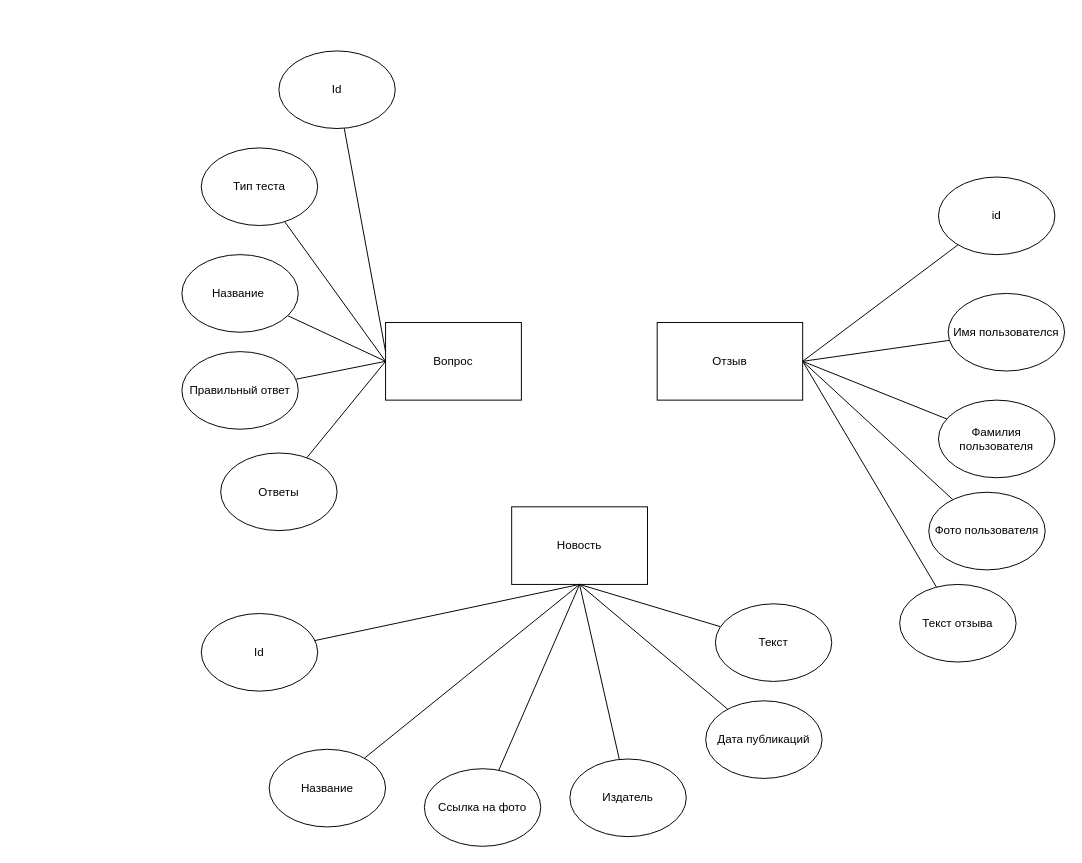
This is erd chen.drawio from r0ge9/Childrens-law-website, a draw.io file, before an edit. Source tidied: cells renumbered, new cells numbered last; positions are measured from the earlier drawing's top-left corner, leaving out a move shared by most shapes. Both pictures are drawn from the tidied source at 97%, with x=0, y=0 at pixel (181, 50).
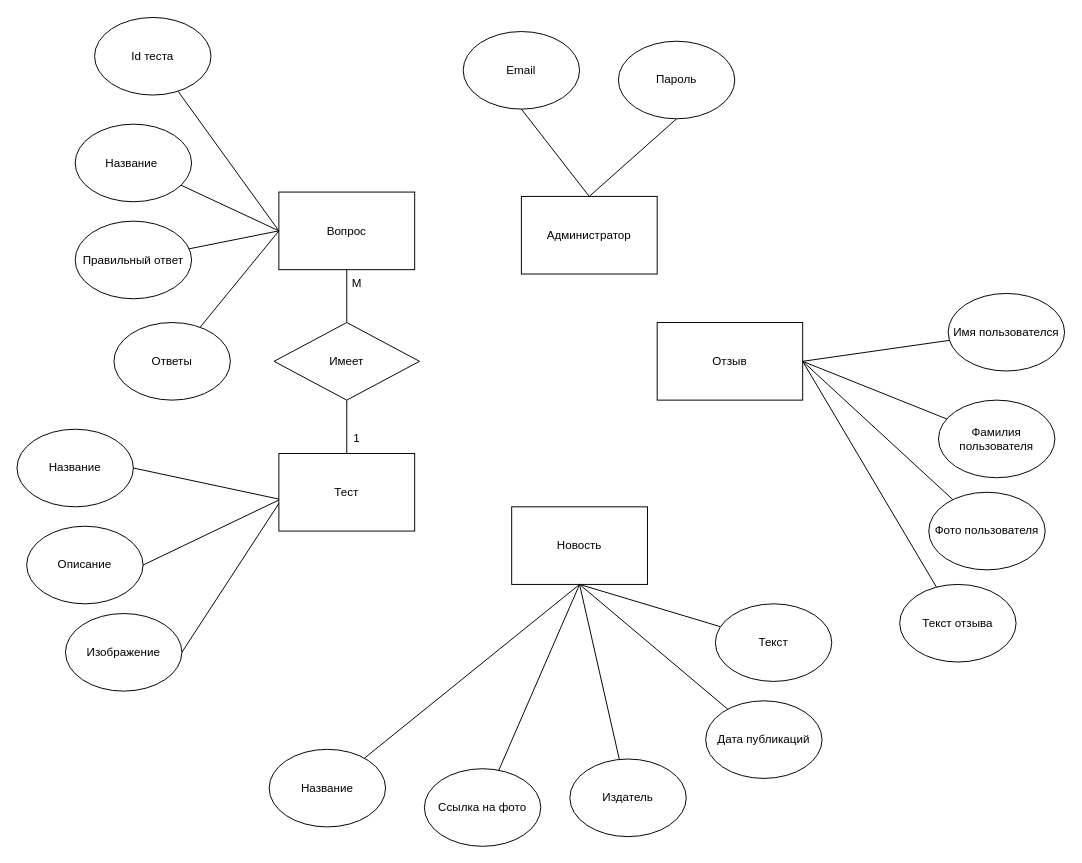
Above is the later version.

Unchanged cells that the change refers to:
```xml
<mxCell id="27" value="Новость" style="rounded=0;whiteSpace=wrap;html=1;" parent="1" vertex="1">
  <mxGeometry x="340" y="470" width="140" height="80" as="geometry" />
</mxCell>
```

Diff of the diagram source:
```diff
@@
-    <mxCell id="6" style="edgeStyle=none;rounded=0;jettySize=auto;html=1;strokeColor=default;endArrow=none;endFill=0;" parent="1" edge="1" source="7">
-      <mxGeometry relative="1" as="geometry">
-        <mxPoint x="640" y="320" as="targetPoint" />
-      </mxGeometry>
-    </mxCell>
-    <mxCell id="7" value="id" style="ellipse;whiteSpace=wrap;html=1;" parent="1" vertex="1">
-      <mxGeometry x="780" y="130" width="120" height="80" as="geometry" />
-    </mxCell>
@@
+    <mxCell id="40" style="edgeStyle=orthogonalEdgeStyle;rounded=0;jettySize=auto;html=1;entryX=0.5;entryY=0;entryDx=0;entryDy=0;endArrow=none;endFill=0;" parent="1" edge="1" source="16" target="54">
+      <mxGeometry relative="1" as="geometry" />
+    </mxCell>
     <mxCell id="16" value="Вопрос" style="rounded=0;whiteSpace=wrap;html=1;" parent="1" vertex="1">
-      <mxGeometry x="210" y="280" width="140" height="80" as="geometry" />
+      <mxGeometry x="100" y="145.5" width="140" height="80" as="geometry" />
     </mxCell>
-    <mxCell id="17" style="edgeStyle=none;rounded=0;jettySize=auto;html=1;strokeColor=default;endArrow=none;endFill=0;" parent="1" edge="1" source="18">
-      <mxGeometry relative="1" as="geometry">
-        <mxPoint x="210" y="310" as="targetPoint" />
-      </mxGeometry>
-    </mxCell>
-    <mxCell id="18" value="Id" style="ellipse;whiteSpace=wrap;html=1;" parent="1" vertex="1">
-      <mxGeometry x="100" width="120" height="80" as="geometry" />
-    </mxCell>
@@
-    <mxCell id="20" value="Тип теста" style="ellipse;whiteSpace=wrap;html=1;" parent="1" vertex="1">
-      <mxGeometry x="20" y="100" width="120" height="80" as="geometry" />
+    <mxCell id="20" value="Id теста" style="ellipse;whiteSpace=wrap;html=1;" parent="1" vertex="1">
+      <mxGeometry x="-90" y="-34.5" width="120" height="80" as="geometry" />
     </mxCell>
@@
     <mxCell id="22" value="Название&amp;nbsp;" style="ellipse;whiteSpace=wrap;html=1;" parent="1" vertex="1">
-      <mxGeometry y="210" width="120" height="80" as="geometry" />
+      <mxGeometry x="-110" y="75.5" width="120" height="80" as="geometry" />
     </mxCell>
@@
     <mxCell id="24" value="Правильный ответ" style="ellipse;whiteSpace=wrap;html=1;" parent="1" vertex="1">
-      <mxGeometry y="310" width="120" height="80" as="geometry" />
+      <mxGeometry x="-110" y="175.5" width="120" height="80" as="geometry" />
     </mxCell>
@@
     <mxCell id="26" value="Ответы" style="ellipse;whiteSpace=wrap;html=1;" parent="1" vertex="1">
-      <mxGeometry x="40" y="414.5" width="120" height="80" as="geometry" />
+      <mxGeometry x="-70" y="280" width="120" height="80" as="geometry" />
     </mxCell>
@@
-    <mxCell id="28" style="edgeStyle=none;rounded=0;jettySize=auto;html=1;entryX=0.5;entryY=1;entryDx=0;entryDy=0;strokeColor=default;endArrow=none;endFill=0;" parent="1" edge="1" source="29" target="27">
-      <mxGeometry relative="1" as="geometry" />
-    </mxCell>
-    <mxCell id="29" value="Id" style="ellipse;whiteSpace=wrap;html=1;" parent="1" vertex="1">
-      <mxGeometry x="20" y="580" width="120" height="80" as="geometry" />
-    </mxCell>
@@
+    <mxCell id="41" style="rounded=0;jettySize=auto;html=1;entryX=0.5;entryY=1;entryDx=0;entryDy=0;endArrow=none;endFill=0;" parent="1" edge="1" source="43" target="45">
+      <mxGeometry relative="1" as="geometry">
+        <Array as="points">
+          <mxPoint x="420" y="150" />
+        </Array>
+      </mxGeometry>
+    </mxCell>
+    <mxCell id="42" style="rounded=0;jettySize=auto;html=1;entryX=0.5;entryY=1;entryDx=0;entryDy=0;endArrow=none;endFill=0;" parent="1" edge="1" source="43" target="44">
+      <mxGeometry relative="1" as="geometry">
+        <Array as="points">
+          <mxPoint x="420" y="150" />
+        </Array>
+      </mxGeometry>
+    </mxCell>
+    <mxCell id="43" value="Администратор" style="rounded=0;whiteSpace=wrap;html=1;" parent="1" vertex="1">
+      <mxGeometry x="350" y="150" width="140" height="80" as="geometry" />
+    </mxCell>
+    <mxCell id="44" value="Email" style="ellipse;whiteSpace=wrap;html=1;" parent="1" vertex="1">
+      <mxGeometry x="290" y="-20" width="120" height="80" as="geometry" />
+    </mxCell>
+    <mxCell id="45" value="Пароль" style="ellipse;whiteSpace=wrap;html=1;" parent="1" vertex="1">
+      <mxGeometry x="450" y="-10" width="120" height="80" as="geometry" />
+    </mxCell>
+    <mxCell id="46" style="rounded=0;jettySize=auto;html=1;entryX=1;entryY=0.5;entryDx=0;entryDy=0;endArrow=none;endFill=0;exitX=0;exitY=0.588;exitDx=0;exitDy=0;exitPerimeter=0;" parent="1" edge="1" source="49" target="50">
+      <mxGeometry relative="1" as="geometry" />
+    </mxCell>
+    <mxCell id="47" style="rounded=0;jettySize=auto;html=1;entryX=1;entryY=0.5;entryDx=0;entryDy=0;endArrow=none;endFill=0;exitX=0;exitY=0.6;exitDx=0;exitDy=0;exitPerimeter=0;" parent="1" edge="1" source="49" target="51">
+      <mxGeometry relative="1" as="geometry" />
+    </mxCell>
+    <mxCell id="48" style="rounded=0;jettySize=auto;html=1;entryX=1;entryY=0.5;entryDx=0;entryDy=0;endArrow=none;endFill=0;exitX=0.007;exitY=0.625;exitDx=0;exitDy=0;exitPerimeter=0;" parent="1" edge="1" source="49" target="52">
+      <mxGeometry relative="1" as="geometry" />
+    </mxCell>
+    <mxCell id="49" value="Тест" style="rounded=0;whiteSpace=wrap;html=1;" parent="1" vertex="1">
+      <mxGeometry x="100" y="415" width="140" height="80" as="geometry" />
+    </mxCell>
+    <mxCell id="50" value="Название" style="ellipse;whiteSpace=wrap;html=1;" parent="1" vertex="1">
+      <mxGeometry x="-170" y="390" width="120" height="80" as="geometry" />
+    </mxCell>
+    <mxCell id="51" value="Описание" style="ellipse;whiteSpace=wrap;html=1;" parent="1" vertex="1">
+      <mxGeometry x="-160" y="490" width="120" height="80" as="geometry" />
+    </mxCell>
+    <mxCell id="52" value="Изображение" style="ellipse;whiteSpace=wrap;html=1;" parent="1" vertex="1">
+      <mxGeometry x="-120" y="580" width="120" height="80" as="geometry" />
+    </mxCell>
+    <mxCell id="53" style="edgeStyle=orthogonalEdgeStyle;rounded=0;jettySize=auto;html=1;entryX=0.5;entryY=0;entryDx=0;entryDy=0;endArrow=none;endFill=0;" parent="1" edge="1" source="54" target="49">
+      <mxGeometry relative="1" as="geometry" />
+    </mxCell>
+    <mxCell id="54" value="Имеет" style="rhombus;whiteSpace=wrap;html=1;" parent="1" vertex="1">
+      <mxGeometry x="95" y="280" width="150" height="80" as="geometry" />
+    </mxCell>
+    <mxCell id="55" value="1" style="text;html=1;align=center;verticalAlign=middle;strokeColor=none;fillColor=none;" parent="1" vertex="1">
+      <mxGeometry x="165" y="385" width="30" height="30" as="geometry" />
+    </mxCell>
+    <mxCell id="56" value="М" style="text;html=1;align=center;verticalAlign=middle;strokeColor=none;fillColor=none;" parent="1" vertex="1">
+      <mxGeometry x="165" y="225" width="30" height="30" as="geometry" />
+    </mxCell>
```
